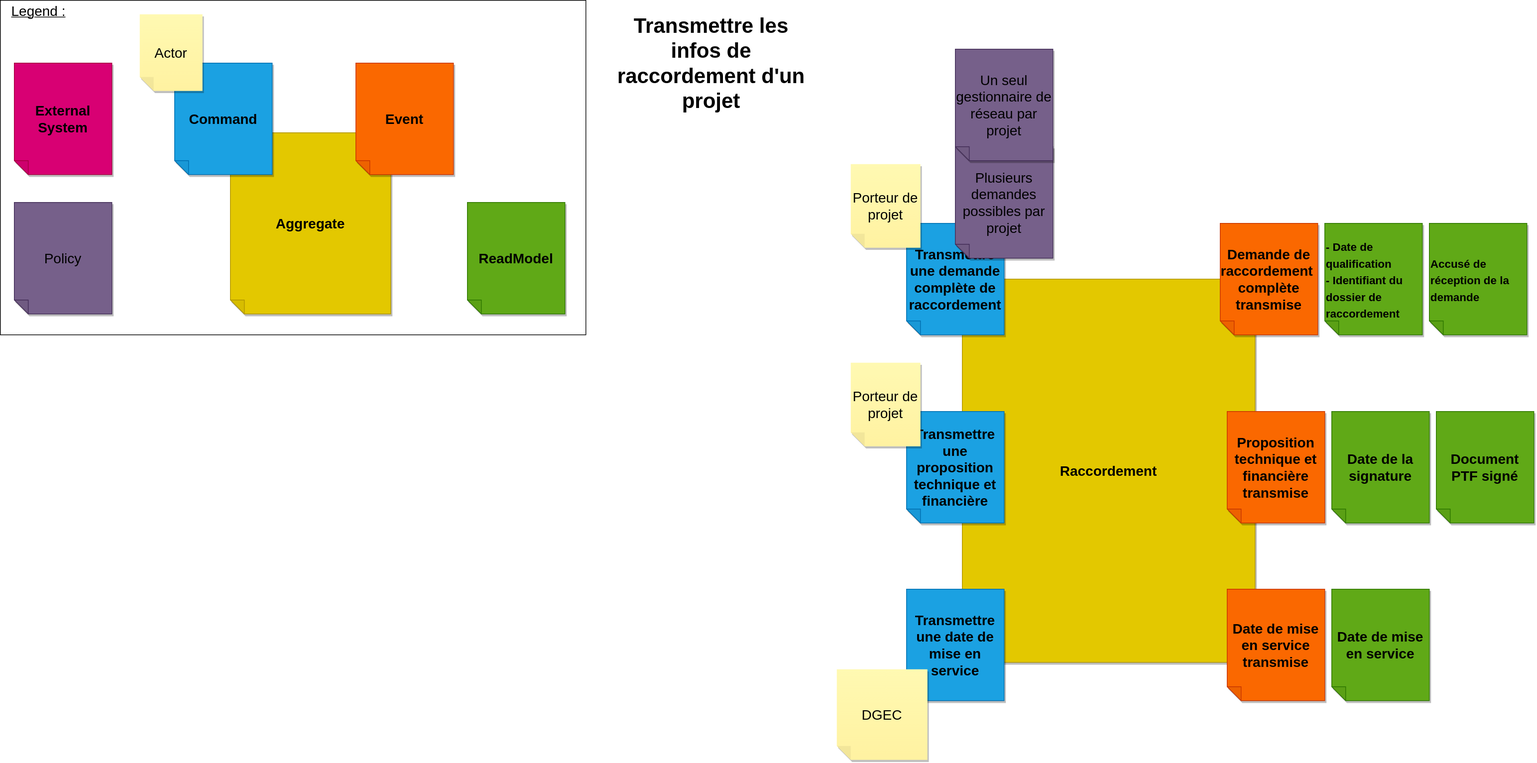
Earlier version of the draw.io export docs/event-stormings/raccordement.drawio.svg (MTES-MCT/potentiel). Source tidied: cells renumbered, new cells last; positions are measured from the earlier drawing's top-left corner, leaving out a move shared by most shapes.
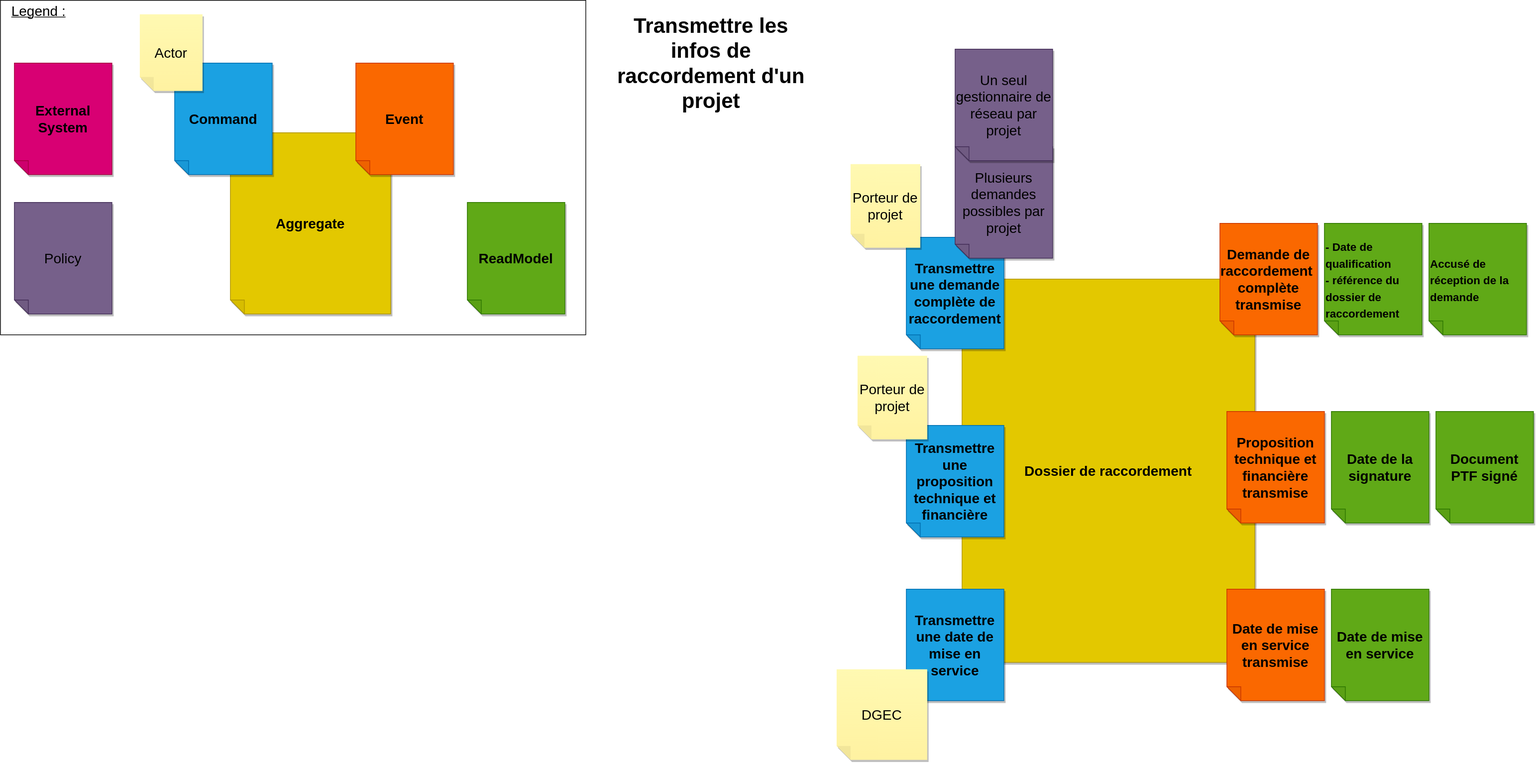
After the commit.

Commit message:
📝 Typo event storming raccordement

Diff of the diagram source:
```diff
@@ -29,11 +29,11 @@
     <mxCell id="10" value="&lt;u&gt;&lt;font style=&quot;font-size: 20px;&quot;&gt;Legend :&lt;/font&gt;&lt;/u&gt;" style="text;strokeColor=none;fillColor=none;html=1;align=center;verticalAlign=middle;whiteSpace=wrap;rounded=0;" parent="1" vertex="1">
       <mxGeometry width="110" height="30" as="geometry" />
     </mxCell>
-    <mxCell id="11" value="&lt;b&gt;Raccordement&lt;/b&gt;" style="shape=note;whiteSpace=wrap;html=1;backgroundOutline=1;darkOpacity=0.05;fillColor=#e3c800;strokeColor=#B09500;fillStyle=solid;direction=west;gradientDirection=north;shadow=1;size=20;fontSize=20;fontColor=#000000;" parent="1" vertex="1">
+    <mxCell id="11" value="&lt;b&gt;Dossier de raccordement&lt;/b&gt;" style="shape=note;whiteSpace=wrap;html=1;backgroundOutline=1;darkOpacity=0.05;fillColor=#e3c800;strokeColor=#B09500;fillStyle=solid;direction=west;gradientDirection=north;shadow=1;size=20;fontSize=20;fontColor=#000000;" parent="1" vertex="1">
       <mxGeometry x="1380" y="400" width="420" height="550" as="geometry" />
     </mxCell>
     <mxCell id="12" value="&lt;font color=&quot;#000000&quot;&gt;&lt;b&gt;Transmettre une demande complète de raccordement&lt;/b&gt;&lt;/font&gt;" style="shape=note;whiteSpace=wrap;html=1;backgroundOutline=1;darkOpacity=0.05;fillColor=#1ba1e2;strokeColor=#006EAF;fillStyle=solid;direction=west;gradientDirection=north;shadow=1;size=20;fontSize=20;fontColor=#ffffff;" parent="1" vertex="1">
-      <mxGeometry x="1300" y="320" width="140" height="160" as="geometry" />
+      <mxGeometry x="1300" y="340" width="140" height="160" as="geometry" />
     </mxCell>
     <mxCell id="13" value="Porteur de projet" style="shape=note;whiteSpace=wrap;html=1;backgroundOutline=1;fontColor=#000000;darkOpacity=0.05;fillColor=#FFF9B2;strokeColor=none;fillStyle=solid;direction=west;gradientDirection=north;gradientColor=#FFF2A1;shadow=1;size=20;fontSize=20;" parent="1" vertex="1">
       <mxGeometry x="1220" y="235" width="100" height="120" as="geometry" />
@@ -50,7 +50,7 @@
     <mxCell id="17" value="&lt;font color=&quot;#000000&quot;&gt;Un seul gestionnaire de réseau par projet&lt;/font&gt;" style="shape=note;whiteSpace=wrap;html=1;backgroundOutline=1;fontColor=#ffffff;darkOpacity=0.05;fillColor=#76608a;strokeColor=#432D57;fillStyle=solid;direction=west;gradientDirection=north;shadow=1;size=20;fontSize=20;" parent="1" vertex="1">
       <mxGeometry x="1370" y="70" width="140" height="160" as="geometry" />
     </mxCell>
-    <mxCell id="18" value="&lt;b style=&quot;font-size: 16px;&quot;&gt;&lt;font style=&quot;font-size: 16px;&quot; color=&quot;#000000&quot;&gt;- Date de qualification&lt;br&gt;- Identifiant du dossier de raccordement&lt;/font&gt;&lt;/b&gt;" style="shape=note;whiteSpace=wrap;html=1;backgroundOutline=1;fontColor=#ffffff;darkOpacity=0.05;fillColor=#60a917;strokeColor=#2D7600;fillStyle=solid;direction=west;gradientDirection=north;shadow=1;size=20;fontSize=20;align=left;" parent="1" vertex="1">
+    <mxCell id="18" value="&lt;b style=&quot;font-size: 16px;&quot;&gt;&lt;font style=&quot;font-size: 16px;&quot; color=&quot;#000000&quot;&gt;- Date de qualification&lt;br&gt;- référence du dossier de raccordement&lt;/font&gt;&lt;/b&gt;" style="shape=note;whiteSpace=wrap;html=1;backgroundOutline=1;fontColor=#ffffff;darkOpacity=0.05;fillColor=#60a917;strokeColor=#2D7600;fillStyle=solid;direction=west;gradientDirection=north;shadow=1;size=20;fontSize=20;align=left;" parent="1" vertex="1">
       <mxGeometry x="1900" y="320" width="140" height="160" as="geometry" />
     </mxCell>
     <mxCell id="19" value="&lt;b&gt;&lt;font color=&quot;#000000&quot;&gt;Date de la signature&lt;/font&gt;&lt;/b&gt;" style="shape=note;whiteSpace=wrap;html=1;backgroundOutline=1;fontColor=#ffffff;darkOpacity=0.05;fillColor=#60a917;strokeColor=#2D7600;fillStyle=solid;direction=west;gradientDirection=north;shadow=1;size=20;fontSize=20;" parent="1" vertex="1">
@@ -63,10 +63,10 @@
       <mxGeometry x="2050" y="320" width="140" height="160" as="geometry" />
     </mxCell>
     <mxCell id="22" value="&lt;font color=&quot;#000000&quot;&gt;&lt;b&gt;Transmettre une proposition technique et financière&lt;/b&gt;&lt;/font&gt;" style="shape=note;whiteSpace=wrap;html=1;backgroundOutline=1;darkOpacity=0.05;fillColor=#1ba1e2;strokeColor=#006EAF;fillStyle=solid;direction=west;gradientDirection=north;shadow=1;size=20;fontSize=20;fontColor=#ffffff;" parent="1" vertex="1">
-      <mxGeometry x="1300" y="590" width="140" height="160" as="geometry" />
+      <mxGeometry x="1300" y="610" width="140" height="160" as="geometry" />
     </mxCell>
     <mxCell id="23" value="Porteur de projet" style="shape=note;whiteSpace=wrap;html=1;backgroundOutline=1;fontColor=#000000;darkOpacity=0.05;fillColor=#FFF9B2;strokeColor=none;fillStyle=solid;direction=west;gradientDirection=north;gradientColor=#FFF2A1;shadow=1;size=20;fontSize=20;" parent="1" vertex="1">
-      <mxGeometry x="1220" y="520" width="100" height="120" as="geometry" />
+      <mxGeometry x="1230" y="510" width="100" height="120" as="geometry" />
     </mxCell>
     <mxCell id="24" value="&lt;span style=&quot;font-size: 20px;&quot;&gt;&lt;b&gt;Proposition technique et financière transmise&lt;/b&gt;&lt;/span&gt;" style="shape=note;whiteSpace=wrap;html=1;backgroundOutline=1;darkOpacity=0.05;fillColor=#fa6800;strokeColor=#C73500;fillStyle=solid;direction=west;gradientDirection=north;shadow=1;size=20;fontColor=#000000;" parent="1" vertex="1">
       <mxGeometry x="1760" y="590" width="140" height="160" as="geometry" />
```
